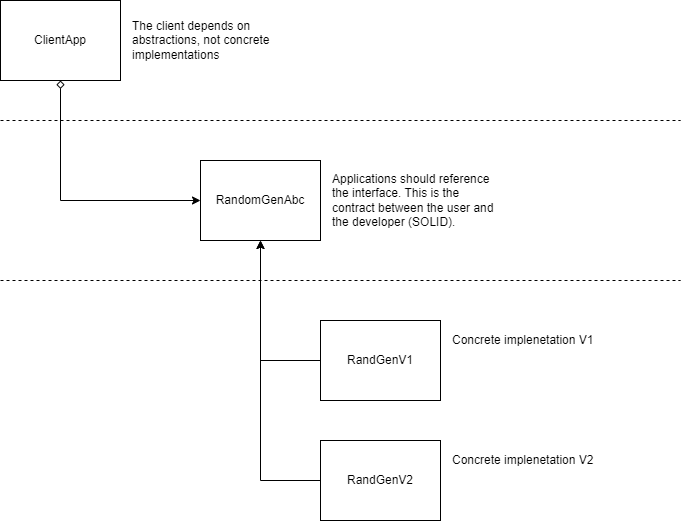
The draw.io diagram assets/drawio/system_design.drawio.png in braboj/randomgen, before a commit. Source tidied: cells renumbered, new cells last; positions are measured from the earlier drawing's top-left corner, leaving out a move shared by most shapes. Its diagram source:
```xml
<mxGraphModel>
  <root>
    <mxCell id="0" />
    <mxCell id="1" parent="0" />
    <mxCell id="2" value="RandomGenAbc" style="rounded=0;whiteSpace=wrap;html=1;" parent="1" vertex="1">
      <mxGeometry x="200" y="160" width="120" height="80" as="geometry" />
    </mxCell>
    <mxCell id="3" style="edgeStyle=orthogonalEdgeStyle;rounded=0;jettySize=auto;html=1;entryX=0.5;entryY=1;entryDx=0;entryDy=0;exitX=0;exitY=0.5;exitDx=0;exitDy=0;" parent="1" edge="1" source="4" target="2">
      <mxGeometry relative="1" as="geometry" />
    </mxCell>
    <mxCell id="4" value="RandGenV1" style="rounded=0;whiteSpace=wrap;html=1;" parent="1" vertex="1">
      <mxGeometry x="320" y="320" width="120" height="80" as="geometry" />
    </mxCell>
    <mxCell id="5" style="edgeStyle=orthogonalEdgeStyle;rounded=0;jettySize=auto;html=1;entryX=0.5;entryY=1;entryDx=0;entryDy=0;exitX=0;exitY=0.5;exitDx=0;exitDy=0;" parent="1" edge="1" source="6" target="2">
      <mxGeometry relative="1" as="geometry" />
    </mxCell>
    <mxCell id="6" value="RandGenV2" style="rounded=0;whiteSpace=wrap;html=1;" parent="1" vertex="1">
      <mxGeometry x="320" y="440" width="120" height="80" as="geometry" />
    </mxCell>
    <mxCell id="7" value="Applications should reference the interface. This is the contract between the user and the developer (SOLID)." style="text;html=1;strokeColor=none;fillColor=none;align=left;verticalAlign=middle;whiteSpace=wrap;rounded=0;" parent="1" vertex="1">
      <mxGeometry x="330" y="160" width="170" height="80" as="geometry" />
    </mxCell>
    <mxCell id="8" value="Concrete implenetation V1" style="text;html=1;strokeColor=none;fillColor=none;align=left;verticalAlign=middle;whiteSpace=wrap;rounded=0;" parent="1" vertex="1">
      <mxGeometry x="450" y="320" width="170" height="40" as="geometry" />
    </mxCell>
    <mxCell id="9" value="Concrete implenetation V2" style="text;html=1;strokeColor=none;fillColor=none;align=left;verticalAlign=middle;whiteSpace=wrap;rounded=0;" parent="1" vertex="1">
      <mxGeometry x="450" y="440" width="170" height="40" as="geometry" />
    </mxCell>
    <mxCell id="10" style="edgeStyle=orthogonalEdgeStyle;rounded=0;jettySize=auto;html=1;entryX=0;entryY=0.5;entryDx=0;entryDy=0;exitX=0.5;exitY=1;exitDx=0;exitDy=0;startArrow=diamond;startFill=0;" parent="1" edge="1" source="11" target="2">
      <mxGeometry relative="1" as="geometry" />
    </mxCell>
    <mxCell id="11" value="ClientApp" style="rounded=0;whiteSpace=wrap;html=1;" parent="1" vertex="1">
      <mxGeometry width="120" height="80" as="geometry" />
    </mxCell>
    <mxCell id="12" style="endArrow=none;dashed=1;html=1;rounded=0;" parent="1" edge="1">
      <mxGeometry relative="1" as="geometry">
        <mxPoint y="280" as="sourcePoint" />
        <mxPoint x="680" y="280" as="targetPoint" />
      </mxGeometry>
    </mxCell>
    <mxCell id="13" style="endArrow=none;dashed=1;html=1;rounded=0;" parent="1" edge="1">
      <mxGeometry relative="1" as="geometry">
        <mxPoint y="120" as="sourcePoint" />
        <mxPoint x="680" y="120" as="targetPoint" />
      </mxGeometry>
    </mxCell>
    <mxCell id="14" value="The client depends on abstractions, not concrete implementations" style="text;html=1;strokeColor=none;fillColor=none;align=left;verticalAlign=middle;whiteSpace=wrap;rounded=0;" parent="1" vertex="1">
      <mxGeometry x="130" width="170" height="80" as="geometry" />
    </mxCell>
  </root>
</mxGraphModel>
```
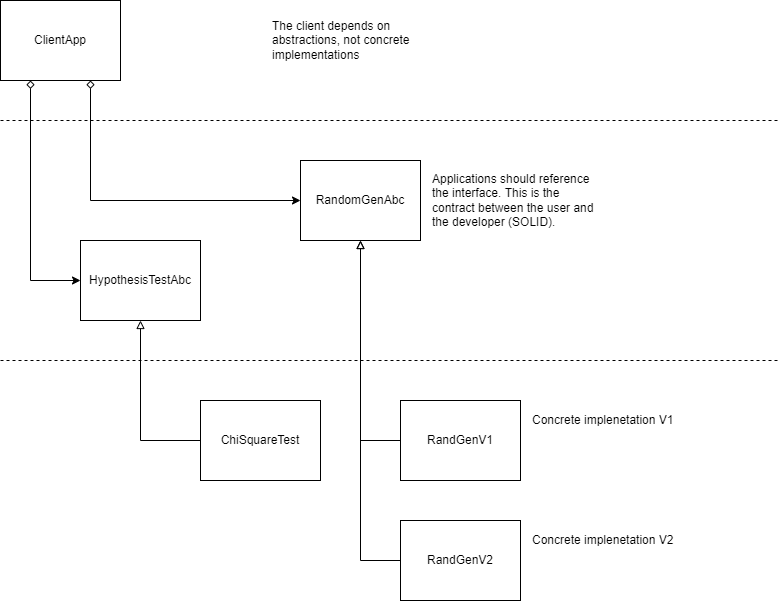
The same diagram one commit later.

Commit message:
[#####] - Update the UML diagram

Change to the diagram source:
```diff
@@ -3,49 +3,61 @@
     <mxCell id="0" />
     <mxCell id="1" parent="0" />
     <mxCell id="2" value="RandomGenAbc" style="rounded=0;whiteSpace=wrap;html=1;" parent="1" vertex="1">
-      <mxGeometry x="200" y="160" width="120" height="80" as="geometry" />
+      <mxGeometry x="300" y="160" width="120" height="80" as="geometry" />
     </mxCell>
-    <mxCell id="3" style="edgeStyle=orthogonalEdgeStyle;rounded=0;jettySize=auto;html=1;entryX=0.5;entryY=1;entryDx=0;entryDy=0;exitX=0;exitY=0.5;exitDx=0;exitDy=0;" parent="1" edge="1" source="4" target="2">
+    <mxCell id="3" style="edgeStyle=orthogonalEdgeStyle;rounded=0;jettySize=auto;html=1;entryX=0.5;entryY=1;entryDx=0;entryDy=0;exitX=0;exitY=0.5;exitDx=0;exitDy=0;endArrow=block;endFill=0;" parent="1" edge="1" source="4" target="2">
       <mxGeometry relative="1" as="geometry" />
     </mxCell>
     <mxCell id="4" value="RandGenV1" style="rounded=0;whiteSpace=wrap;html=1;" parent="1" vertex="1">
-      <mxGeometry x="320" y="320" width="120" height="80" as="geometry" />
+      <mxGeometry x="400" y="400" width="120" height="80" as="geometry" />
     </mxCell>
-    <mxCell id="5" style="edgeStyle=orthogonalEdgeStyle;rounded=0;jettySize=auto;html=1;entryX=0.5;entryY=1;entryDx=0;entryDy=0;exitX=0;exitY=0.5;exitDx=0;exitDy=0;" parent="1" edge="1" source="6" target="2">
+    <mxCell id="5" style="edgeStyle=orthogonalEdgeStyle;rounded=0;jettySize=auto;html=1;entryX=0.5;entryY=1;entryDx=0;entryDy=0;startArrow=none;startFill=0;endArrow=block;endFill=0;exitX=0;exitY=0.5;exitDx=0;exitDy=0;" parent="1" edge="1" source="6" target="2">
       <mxGeometry relative="1" as="geometry" />
     </mxCell>
     <mxCell id="6" value="RandGenV2" style="rounded=0;whiteSpace=wrap;html=1;" parent="1" vertex="1">
-      <mxGeometry x="320" y="440" width="120" height="80" as="geometry" />
+      <mxGeometry x="400" y="520" width="120" height="80" as="geometry" />
     </mxCell>
     <mxCell id="7" value="Applications should reference the interface. This is the contract between the user and the developer (SOLID)." style="text;html=1;strokeColor=none;fillColor=none;align=left;verticalAlign=middle;whiteSpace=wrap;rounded=0;" parent="1" vertex="1">
-      <mxGeometry x="330" y="160" width="170" height="80" as="geometry" />
+      <mxGeometry x="430" y="160" width="170" height="80" as="geometry" />
     </mxCell>
     <mxCell id="8" value="Concrete implenetation V1" style="text;html=1;strokeColor=none;fillColor=none;align=left;verticalAlign=middle;whiteSpace=wrap;rounded=0;" parent="1" vertex="1">
-      <mxGeometry x="450" y="320" width="170" height="40" as="geometry" />
+      <mxGeometry x="530" y="400" width="170" height="40" as="geometry" />
     </mxCell>
     <mxCell id="9" value="Concrete implenetation V2" style="text;html=1;strokeColor=none;fillColor=none;align=left;verticalAlign=middle;whiteSpace=wrap;rounded=0;" parent="1" vertex="1">
-      <mxGeometry x="450" y="440" width="170" height="40" as="geometry" />
+      <mxGeometry x="530" y="520" width="170" height="40" as="geometry" />
     </mxCell>
-    <mxCell id="10" style="edgeStyle=orthogonalEdgeStyle;rounded=0;jettySize=auto;html=1;entryX=0;entryY=0.5;entryDx=0;entryDy=0;exitX=0.5;exitY=1;exitDx=0;exitDy=0;startArrow=diamond;startFill=0;" parent="1" edge="1" source="11" target="2">
+    <mxCell id="10" style="edgeStyle=orthogonalEdgeStyle;rounded=0;jettySize=auto;html=1;entryX=0;entryY=0.5;entryDx=0;entryDy=0;exitX=0.75;exitY=1;exitDx=0;exitDy=0;startArrow=diamond;startFill=0;" parent="1" edge="1" source="11" target="2">
       <mxGeometry relative="1" as="geometry" />
     </mxCell>
+    <mxCell id="15" style="edgeStyle=orthogonalEdgeStyle;rounded=0;jettySize=auto;html=1;entryX=0;entryY=0.5;entryDx=0;entryDy=0;exitX=0.25;exitY=1;exitDx=0;exitDy=0;startArrow=diamond;startFill=0;" parent="1" edge="1" source="11" target="16">
+      <mxGeometry relative="1" as="geometry" />
+    </mxCell>
     <mxCell id="11" value="ClientApp" style="rounded=0;whiteSpace=wrap;html=1;" parent="1" vertex="1">
       <mxGeometry width="120" height="80" as="geometry" />
     </mxCell>
     <mxCell id="12" style="endArrow=none;dashed=1;html=1;rounded=0;" parent="1" edge="1">
       <mxGeometry relative="1" as="geometry">
-        <mxPoint y="280" as="sourcePoint" />
-        <mxPoint x="680" y="280" as="targetPoint" />
+        <mxPoint y="360" as="sourcePoint" />
+        <mxPoint x="780" y="360" as="targetPoint" />
       </mxGeometry>
     </mxCell>
     <mxCell id="13" style="endArrow=none;dashed=1;html=1;rounded=0;" parent="1" edge="1">
       <mxGeometry relative="1" as="geometry">
         <mxPoint y="120" as="sourcePoint" />
-        <mxPoint x="680" y="120" as="targetPoint" />
+        <mxPoint x="780" y="120" as="targetPoint" />
       </mxGeometry>
     </mxCell>
     <mxCell id="14" value="The client depends on abstractions, not concrete implementations" style="text;html=1;strokeColor=none;fillColor=none;align=left;verticalAlign=middle;whiteSpace=wrap;rounded=0;" parent="1" vertex="1">
-      <mxGeometry x="130" width="170" height="80" as="geometry" />
+      <mxGeometry x="270" width="170" height="80" as="geometry" />
     </mxCell>
+    <mxCell id="16" value="HypothesisTestAbc" style="rounded=0;whiteSpace=wrap;html=1;" parent="1" vertex="1">
+      <mxGeometry x="80" y="240" width="120" height="80" as="geometry" />
+    </mxCell>
+    <mxCell id="17" style="edgeStyle=orthogonalEdgeStyle;rounded=0;jettySize=auto;html=1;entryX=0.5;entryY=1;entryDx=0;entryDy=0;startArrow=none;startFill=0;endArrow=block;endFill=0;exitX=0;exitY=0.5;exitDx=0;exitDy=0;" parent="1" edge="1" source="18" target="16">
+      <mxGeometry relative="1" as="geometry" />
+    </mxCell>
+    <mxCell id="18" value="ChiSquareTest" style="rounded=0;whiteSpace=wrap;html=1;" parent="1" vertex="1">
+      <mxGeometry x="200" y="400" width="120" height="80" as="geometry" />
+    </mxCell>
   </root>
 </mxGraphModel>
```
